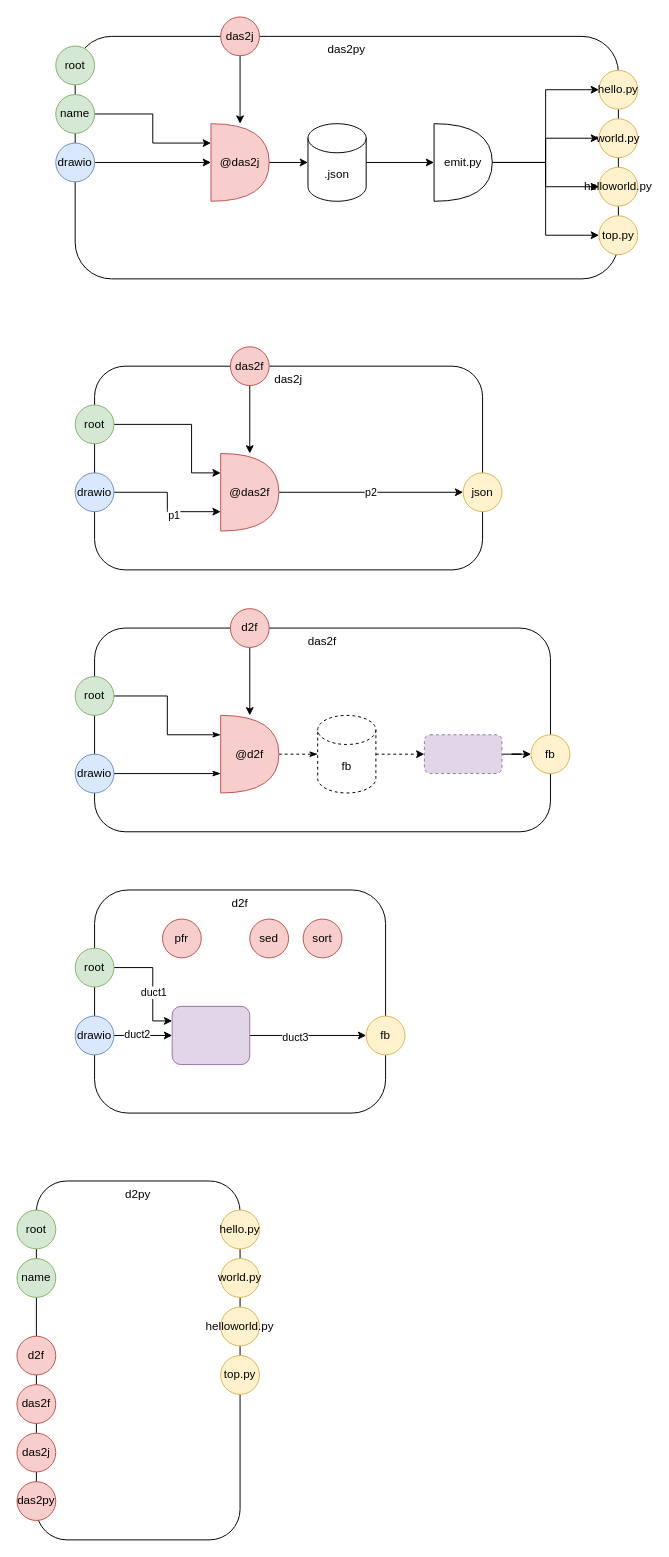
The draw.io diagram components.drawio in guitarvydas/d2py, before the edit. Source tidied: cells renumbered, new cells numbered last; positions are measured from the earlier drawing's top-left corner, leaving out a move shared by most shapes. Both pictures are drawn from the tidied source at 97%, with x=0, y=0 at pixel (16, 16).
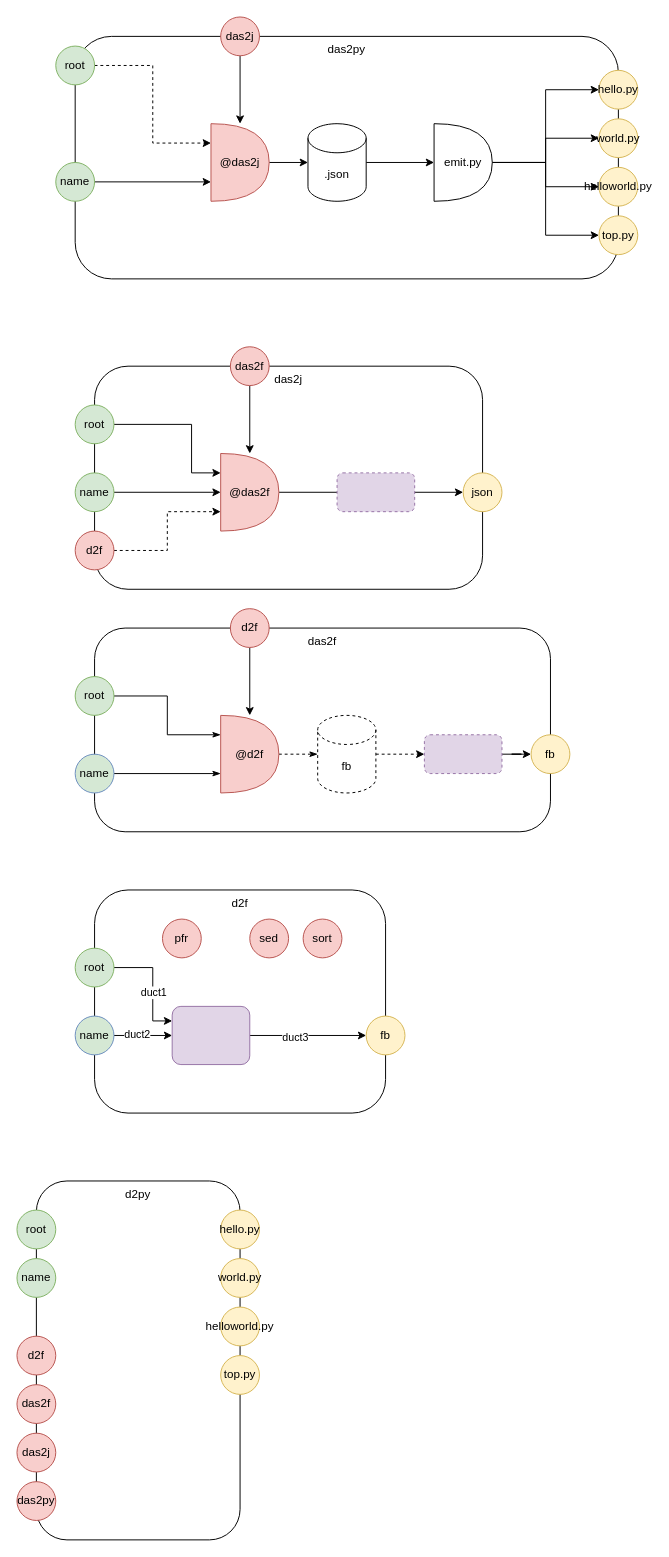
The same diagram, later.

Unchanged cells that the change refers to:
```xml
<mxCell id="12" value="@das2j" style="shape=or;whiteSpace=wrap;html=1;fillColor=#f8cecc;strokeColor=#b85450;" parent="1" vertex="1">
  <mxGeometry x="200" y="110" width="60" height="80" as="geometry" />
</mxCell>
<mxCell id="22" value="json" style="ellipse;whiteSpace=wrap;html=1;fillColor=#fff2cc;strokeColor=#d6b656;" parent="1" vertex="1">
  <mxGeometry x="460" y="470" width="40" height="40" as="geometry" />
</mxCell>
<mxCell id="29" value="@das2f" style="shape=or;whiteSpace=wrap;html=1;fillColor=#f8cecc;strokeColor=#b85450;" parent="1" vertex="1">
  <mxGeometry x="210" y="450" width="60" height="80" as="geometry" />
</mxCell>
<mxCell id="67" value="root" style="ellipse;whiteSpace=wrap;html=1;fillColor=#d5e8d4;strokeColor=#82b366;" parent="1" vertex="1">
  <mxGeometry x="40" y="30" width="40" height="40" as="geometry" />
</mxCell>
```

The edit, as a diff of the source:
```diff
@@
-    <mxCell id="4" style="edgeStyle=orthogonalEdgeStyle;rounded=0;jettySize=auto;html=1;exitX=1;exitY=0.5;exitDx=0;exitDy=0;entryX=0;entryY=0.5;entryDx=0;entryDy=0;entryPerimeter=0;" parent="1" edge="1" source="5" target="12">
-      <mxGeometry relative="1" as="geometry" />
-    </mxCell>
-    <mxCell id="5" value="drawio" style="ellipse;whiteSpace=wrap;html=1;fillColor=#dae8fc;strokeColor=#6c8ebf;" parent="1" vertex="1">
-      <mxGeometry x="40" y="130" width="40" height="40" as="geometry" />
-    </mxCell>
@@
     <mxCell id="18" value="das2j" style="rounded=1;whiteSpace=wrap;html=1;verticalAlign=top;" parent="1" vertex="1">
-      <mxGeometry x="80" y="360" width="400" height="210" as="geometry" />
+      <mxGeometry x="80" y="360" width="400" height="230" as="geometry" />
     </mxCell>
-    <mxCell id="19" style="edgeStyle=orthogonalEdgeStyle;rounded=0;jettySize=auto;html=1;entryX=0;entryY=0.75;entryDx=0;entryDy=0;entryPerimeter=0;" parent="1" edge="1" source="21" target="29">
+    <mxCell id="19" style="edgeStyle=orthogonalEdgeStyle;rounded=0;jettySize=auto;html=1;entryX=0;entryY=0.5;entryDx=0;entryDy=0;entryPerimeter=0;" parent="1" edge="1" source="21" target="29">
       <mxGeometry relative="1" as="geometry" />
     </mxCell>
-    <mxCell id="20" value="p1" style="edgeLabel;html=1;align=center;verticalAlign=middle;" parent="19" vertex="1">
-      <mxGeometry x="0.25" y="-3" relative="1" as="geometry" />
-    </mxCell>
-    <mxCell id="21" value="drawio" style="ellipse;whiteSpace=wrap;html=1;fillColor=#dae8fc;strokeColor=#6c8ebf;" parent="1" vertex="1">
+    <mxCell id="21" value="name" style="ellipse;whiteSpace=wrap;html=1;fillColor=#d5e8d4;strokeColor=#82b366;" parent="1" vertex="1">
       <mxGeometry x="60" y="470" width="40" height="40" as="geometry" />
     </mxCell>
@@
-    <mxCell id="28" value="p2" style="edgeStyle=orthogonalEdgeStyle;rounded=0;jettySize=auto;html=1;exitX=1;exitY=0.5;exitDx=0;exitDy=0;exitPerimeter=0;entryX=0;entryY=0.5;entryDx=0;entryDy=0;" parent="1" edge="1" source="29" target="22">
-      <mxGeometry relative="1" as="geometry" />
+    <mxCell id="28" style="edgeStyle=orthogonalEdgeStyle;rounded=0;jettySize=auto;html=1;exitX=1;exitY=0.5;exitDx=0;exitDy=0;exitPerimeter=0;entryX=0;entryY=0.5;entryDx=0;entryDy=0;" parent="1" edge="1" source="29" target="22">
+      <mxGeometry relative="1" as="geometry">
+        <Array as="points">
+          <mxPoint x="370" y="490" />
+          <mxPoint x="370" y="490" />
+        </Array>
+      </mxGeometry>
     </mxCell>
@@
-    <mxCell id="45" style="edgeStyle=orthogonalEdgeStyle;rounded=0;jettySize=auto;html=1;exitX=1;exitY=0.5;exitDx=0;exitDy=0;entryX=0;entryY=0.25;entryDx=0;entryDy=0;entryPerimeter=0;" parent="1" edge="1" source="46" target="12">
+    <mxCell id="45" style="edgeStyle=orthogonalEdgeStyle;rounded=0;jettySize=auto;html=1;exitX=1;exitY=0.5;exitDx=0;exitDy=0;entryX=0;entryY=0.75;entryDx=0;entryDy=0;entryPerimeter=0;" parent="1" edge="1" source="46" target="12">
       <mxGeometry relative="1" as="geometry" />
     </mxCell>
     <mxCell id="46" value="name" style="ellipse;whiteSpace=wrap;html=1;fillColor=#d5e8d4;strokeColor=#82b366;" parent="1" vertex="1">
-      <mxGeometry x="40" y="80" width="40" height="40" as="geometry" />
+      <mxGeometry x="40" y="150" width="40" height="40" as="geometry" />
     </mxCell>
@@
-    <mxCell id="48" value="drawio" style="ellipse;whiteSpace=wrap;html=1;fillColor=#dae8fc;strokeColor=#6c8ebf;" parent="1" vertex="1">
+    <mxCell id="48" value="name" style="ellipse;whiteSpace=wrap;html=1;fillColor=#d5e8d4;strokeColor=#6c8ebf;" parent="1" vertex="1">
       <mxGeometry x="60" y="760" width="40" height="40" as="geometry" />
     </mxCell>
@@
-    <mxCell id="51" value="drawio" style="ellipse;whiteSpace=wrap;html=1;fillColor=#dae8fc;strokeColor=#6c8ebf;" parent="1" vertex="1">
+    <mxCell id="51" value="name" style="ellipse;whiteSpace=wrap;html=1;fillColor=#d5e8d4;strokeColor=#6c8ebf;" parent="1" vertex="1">
       <mxGeometry x="60" y="1030" width="40" height="40" as="geometry" />
     </mxCell>
@@
+    <mxCell id="73" style="edgeStyle=orthogonalEdgeStyle;rounded=0;jettySize=auto;html=1;exitX=1;exitY=0.5;exitDx=0;exitDy=0;entryX=0;entryY=0.25;entryDx=0;entryDy=0;entryPerimeter=0;dashed=1;endArrow=classic;endFill=1;strokeColor=#000000;strokeWidth=1;" parent="1" edge="1" source="67" target="12">
+      <mxGeometry relative="1" as="geometry" />
+    </mxCell>
@@
+    <mxCell id="74" style="rounded=1;whiteSpace=wrap;html=1;fillColor=#e1d5e7;strokeColor=#9673a6;dashed=1;" parent="1" vertex="1">
+      <mxGeometry x="330" y="470" width="80" height="40" as="geometry" />
+    </mxCell>
+    <mxCell id="75" style="edgeStyle=orthogonalEdgeStyle;rounded=0;jettySize=auto;html=1;exitX=1;exitY=0.5;exitDx=0;exitDy=0;entryX=0;entryY=0.75;entryDx=0;entryDy=0;entryPerimeter=0;dashed=1;endArrow=classic;endFill=1;strokeColor=#000000;strokeWidth=1;" parent="1" edge="1" source="76" target="29">
+      <mxGeometry relative="1" as="geometry" />
+    </mxCell>
+    <mxCell id="76" value="d2f" style="ellipse;whiteSpace=wrap;html=1;fillColor=#f8cecc;strokeColor=#b85450;" parent="1" vertex="1">
+      <mxGeometry x="60" y="530" width="40" height="40" as="geometry" />
+    </mxCell>
```
